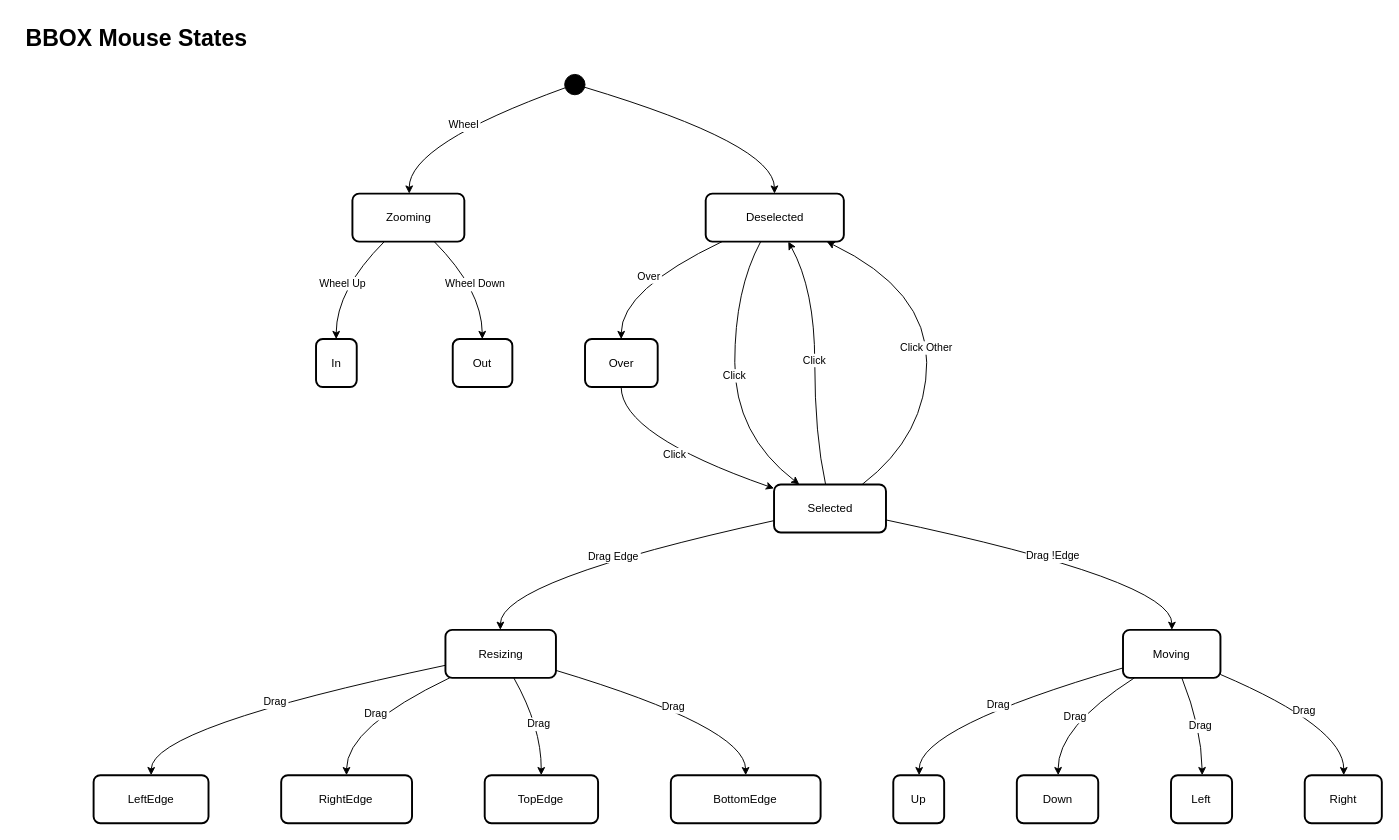
The draw.io diagram resources/notes/BBOX-state-diag-mouse.drawio in grymmjack/img2ans, before the edit. Source tidied: cells renumbered, new cells numbered last; positions are measured from the earlier drawing's top-left corner, leaving out a move shared by most shapes. Both pictures are drawn from the tidied source at 96%, with x=0, y=0 at pixel (16, 16).
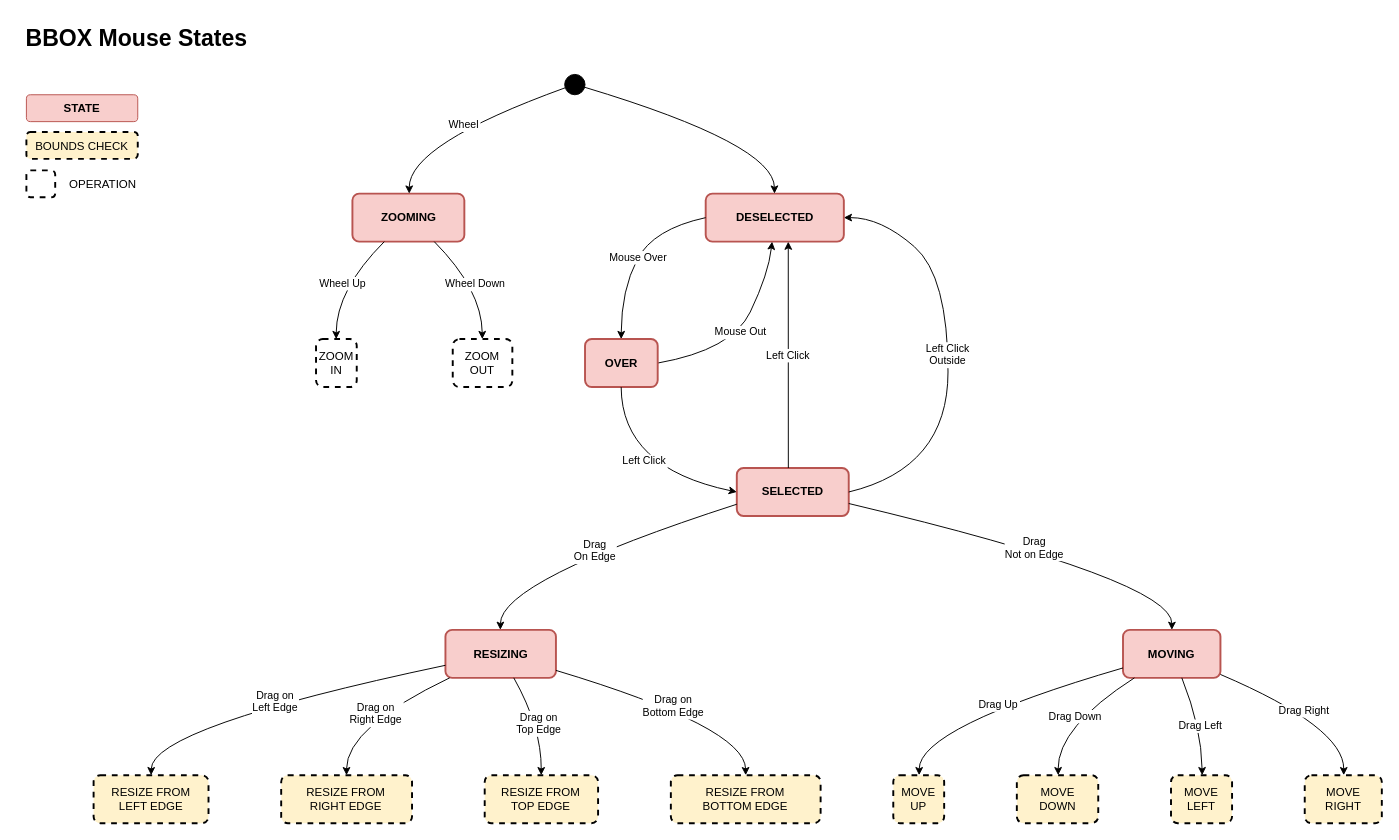
Above is the later version.

Commit message:
Updating BBOX mouse state diagram note

Unchanged cells that the change refers to:
```xml
<mxCell id="3" style="group;" parent="1" vertex="1">
  <mxGeometry x="80" y="60" width="1341.9" height="780" as="geometry" />
</mxCell>
```

Change to the diagram source:
```diff
@@
-    <mxCell id="5" value="Zooming" style="rounded=1;absoluteArcSize=1;arcSize=14;whiteSpace=wrap;strokeWidth=2;" parent="3" vertex="1">
+    <mxCell id="5" value="ZOOMING" style="rounded=1;absoluteArcSize=1;arcSize=14;whiteSpace=wrap;strokeWidth=2;fillColor=#f8cecc;strokeColor=#b85450;fontStyle=1;" parent="3" vertex="1">
       <mxGeometry x="269.6" y="124.2" width="116.6" height="50" as="geometry" />
     </mxCell>
-    <mxCell id="6" value="In" style="rounded=1;absoluteArcSize=1;arcSize=14;whiteSpace=wrap;strokeWidth=2;" parent="3" vertex="1">
+    <mxCell id="6" value="ZOOM&#10;IN" style="rounded=1;absoluteArcSize=1;arcSize=14;whiteSpace=wrap;strokeWidth=2;dashed=1;" parent="3" vertex="1">
       <mxGeometry x="231.7" y="275.7" width="42.4" height="50" as="geometry" />
     </mxCell>
-    <mxCell id="7" value="Out" style="rounded=1;absoluteArcSize=1;arcSize=14;whiteSpace=wrap;strokeWidth=2;" parent="3" vertex="1">
+    <mxCell id="7" value="ZOOM&#10;OUT" style="rounded=1;absoluteArcSize=1;arcSize=14;whiteSpace=wrap;strokeWidth=2;dashed=1;" parent="3" vertex="1">
       <mxGeometry x="374.1" y="275.7" width="62.1" height="50" as="geometry" />
     </mxCell>
-    <mxCell id="8" value="Deselected" style="rounded=1;absoluteArcSize=1;arcSize=14;whiteSpace=wrap;strokeWidth=2;" parent="3" vertex="1">
+    <mxCell id="8" value="DESELECTED" style="rounded=1;absoluteArcSize=1;arcSize=14;whiteSpace=wrap;strokeWidth=2;fillColor=#f8cecc;strokeColor=#b85450;fontStyle=1;" parent="3" vertex="1">
       <mxGeometry x="637.6" y="124.2" width="143.9" height="50" as="geometry" />
     </mxCell>
+    <mxCell id="40" value="Mouse Out" style="edgeStyle=none;startArrow=none;startFill=0;exitX=1;exitY=0.5;exitDx=0;exitDy=0;curved=1;" parent="3" edge="1" source="9" target="8">
+      <mxGeometry relative="1" as="geometry">
+        <Array as="points">
+          <mxPoint x="665" y="287" />
+          <mxPoint x="703" y="208" />
+        </Array>
+      </mxGeometry>
+    </mxCell>
-    <mxCell id="9" value="Over" style="rounded=1;absoluteArcSize=1;arcSize=14;whiteSpace=wrap;strokeWidth=2;" parent="3" vertex="1">
+    <mxCell id="9" value="OVER" style="rounded=1;absoluteArcSize=1;arcSize=14;whiteSpace=wrap;strokeWidth=2;fillColor=#f8cecc;strokeColor=#b85450;fontStyle=1;" parent="3" vertex="1">
       <mxGeometry x="511.9" y="275.7" width="75.7" height="50" as="geometry" />
     </mxCell>
-    <mxCell id="10" value="Selected" style="rounded=1;absoluteArcSize=1;arcSize=14;whiteSpace=wrap;strokeWidth=2;" parent="3" vertex="1">
-      <mxGeometry x="708.8" y="427.1" width="116.6" height="50" as="geometry" />
+    <mxCell id="10" value="SELECTED" style="rounded=1;absoluteArcSize=1;arcSize=14;whiteSpace=wrap;strokeWidth=2;fillColor=#f8cecc;strokeColor=#b85450;fontStyle=1;" parent="3" vertex="1">
+      <mxGeometry x="670" y="410" width="116.6" height="50" as="geometry" />
     </mxCell>
-    <mxCell id="11" value="Resizing" style="rounded=1;absoluteArcSize=1;arcSize=14;whiteSpace=wrap;strokeWidth=2;" parent="3" vertex="1">
+    <mxCell id="11" value="RESIZING" style="rounded=1;absoluteArcSize=1;arcSize=14;whiteSpace=wrap;strokeWidth=2;fillColor=#f8cecc;strokeColor=#b85450;fontStyle=1;" parent="3" vertex="1">
       <mxGeometry x="366.5" y="578.6" width="115.1" height="50" as="geometry" />
     </mxCell>
-    <mxCell id="12" value="Moving" style="rounded=1;absoluteArcSize=1;arcSize=14;whiteSpace=wrap;strokeWidth=2;" parent="3" vertex="1">
+    <mxCell id="12" value="MOVING" style="rounded=1;absoluteArcSize=1;arcSize=14;whiteSpace=wrap;strokeWidth=2;fillColor=#f8cecc;strokeColor=#b85450;fontStyle=1;" parent="3" vertex="1">
       <mxGeometry x="1072.3" y="578.6" width="101.5" height="50" as="geometry" />
     </mxCell>
-    <mxCell id="13" value="LeftEdge" style="rounded=1;absoluteArcSize=1;arcSize=14;whiteSpace=wrap;strokeWidth=2;" parent="3" vertex="1">
+    <mxCell id="13" value="RESIZE FROM&#10;LEFT EDGE" style="rounded=1;absoluteArcSize=1;arcSize=14;whiteSpace=wrap;strokeWidth=2;fillColor=#fff2cc;strokeColor=#000000;dashed=1;" parent="3" vertex="1">
       <mxGeometry y="730" width="119.7" height="50" as="geometry" />
     </mxCell>
-    <mxCell id="14" value="RightEdge" style="rounded=1;absoluteArcSize=1;arcSize=14;whiteSpace=wrap;strokeWidth=2;" parent="3" vertex="1">
+    <mxCell id="14" value="RESIZE FROM&#10;RIGHT EDGE" style="rounded=1;absoluteArcSize=1;arcSize=14;whiteSpace=wrap;strokeWidth=2;fillColor=#fff2cc;strokeColor=#000000;dashed=1;" parent="3" vertex="1">
       <mxGeometry x="195.4" y="730" width="136.3" height="50" as="geometry" />
     </mxCell>
-    <mxCell id="15" value="TopEdge" style="rounded=1;absoluteArcSize=1;arcSize=14;whiteSpace=wrap;strokeWidth=2;" parent="3" vertex="1">
+    <mxCell id="15" value="RESIZE FROM&#10;TOP EDGE" style="rounded=1;absoluteArcSize=1;arcSize=14;whiteSpace=wrap;strokeWidth=2;fillColor=#fff2cc;strokeColor=#000000;dashed=1;" parent="3" vertex="1">
       <mxGeometry x="407.4" y="730" width="118.1" height="50" as="geometry" />
     </mxCell>
-    <mxCell id="16" value="BottomEdge" style="rounded=1;absoluteArcSize=1;arcSize=14;whiteSpace=wrap;strokeWidth=2;" parent="3" vertex="1">
+    <mxCell id="16" value="RESIZE FROM&#10;BOTTOM EDGE" style="rounded=1;absoluteArcSize=1;arcSize=14;whiteSpace=wrap;strokeWidth=2;fillColor=#fff2cc;strokeColor=#000000;dashed=1;" parent="3" vertex="1">
       <mxGeometry x="601.3" y="730" width="156" height="50" as="geometry" />
     </mxCell>
-    <mxCell id="17" value="Up" style="rounded=1;absoluteArcSize=1;arcSize=14;whiteSpace=wrap;strokeWidth=2;" parent="3" vertex="1">
+    <mxCell id="17" value="MOVE&#10;UP" style="rounded=1;absoluteArcSize=1;arcSize=14;whiteSpace=wrap;strokeWidth=2;fillColor=#fff2cc;strokeColor=#000000;dashed=1;" parent="3" vertex="1">
       <mxGeometry x="833" y="730" width="53" height="50" as="geometry" />
     </mxCell>
-    <mxCell id="18" value="Down" style="rounded=1;absoluteArcSize=1;arcSize=14;whiteSpace=wrap;strokeWidth=2;" parent="3" vertex="1">
+    <mxCell id="18" value="MOVE&#10;DOWN" style="rounded=1;absoluteArcSize=1;arcSize=14;whiteSpace=wrap;strokeWidth=2;fillColor=#fff2cc;strokeColor=#000000;dashed=1;" parent="3" vertex="1">
       <mxGeometry x="961.7" y="730" width="84.8" height="50" as="geometry" />
     </mxCell>
-    <mxCell id="19" value="Left" style="rounded=1;absoluteArcSize=1;arcSize=14;whiteSpace=wrap;strokeWidth=2;" parent="3" vertex="1">
+    <mxCell id="19" value="MOVE&#10;LEFT" style="rounded=1;absoluteArcSize=1;arcSize=14;whiteSpace=wrap;strokeWidth=2;fillColor=#fff2cc;strokeColor=#000000;dashed=1;" parent="3" vertex="1">
       <mxGeometry x="1122.3" y="730" width="63.6" height="50" as="geometry" />
     </mxCell>
-    <mxCell id="20" value="Right" style="rounded=1;absoluteArcSize=1;arcSize=14;whiteSpace=wrap;strokeWidth=2;" parent="3" vertex="1">
+    <mxCell id="20" value="MOVE&#10;RIGHT" style="rounded=1;absoluteArcSize=1;arcSize=14;whiteSpace=wrap;strokeWidth=2;fillColor=#fff2cc;strokeColor=#000000;dashed=1;" parent="3" vertex="1">
       <mxGeometry x="1261.6" y="730" width="80.3" height="50" as="geometry" />
     </mxCell>
@@
-    <mxCell id="25" value="Over" style="curved=1;startArrow=none;exitX=0.13690799211935165;exitY=0.9757575410785098;entryX=0.49747657775878906;entryY=-0.006060629179983428;rounded=0;" parent="3" edge="1" source="8" target="9">
+    <mxCell id="25" value="Mouse Over" style="curved=1;startArrow=none;exitX=0;exitY=0.5;entryX=0.49747657775878906;entryY=-0.006060629179983428;rounded=0;startFill=0;exitDx=0;exitDy=0;" parent="3" edge="1" source="8" target="9">
       <mxGeometry relative="1" as="geometry">
         <Array as="points">
+          <mxPoint x="583" y="161" />
           <mxPoint x="549.8" y="224.2" />
         </Array>
       </mxGeometry>
     </mxCell>
-    <mxCell id="26" value="Click" style="curved=1;startArrow=none;exitX=0.49747657775878906;exitY=0.9818181124600497;entryX=0.005032465055391386;entryY=0.08701407056287797;rounded=0;" parent="3" edge="1" source="9" target="10">
-      <mxGeometry relative="1" as="geometry">
+    <mxCell id="26" value="Left Click" style="curved=1;startArrow=none;exitX=0.49747657775878906;exitY=0.9818181124600497;entryX=0;entryY=0.5;rounded=0;entryDx=0;entryDy=0;" parent="3" edge="1" source="9" target="10">
+      <mxGeometry x="0.02" y="13" relative="1" as="geometry">
         <Array as="points">
-          <mxPoint x="549.8" y="375.6" />
+          <mxPoint x="550" y="410" />
         </Array>
       </mxGeometry>
     </mxCell>
-    <mxCell id="27" value="Click" style="curved=1;startArrow=none;exitX=0.40302284441337227;exitY=0.9757575410785098;entryX=0.22605753502082515;entryY=-5.779844341856061e-8;rounded=0;" parent="3" edge="1" source="8" target="10">
-      <mxGeometry relative="1" as="geometry">
-        <Array as="points">
-          <mxPoint x="667.9" y="224.2" />
-          <mxPoint x="667.9" y="375.6" />
-        </Array>
-      </mxGeometry>
-    </mxCell>
-    <mxCell id="28" value="Click" style="curved=1;startArrow=none;exitX=0.46041069216728714;exitY=-5.779844341856061e-8;entryX=0.5929722454689262;entryY=0.9757575410785098;rounded=0;" parent="3" edge="1" source="10" target="8">
-      <mxGeometry relative="1" as="geometry">
-        <Array as="points">
-          <mxPoint x="751.2" y="375.6" />
-          <mxPoint x="751.2" y="224.2" />
-        </Array>
-      </mxGeometry>
+    <mxCell id="28" value="Left Click" style="startArrow=none;exitX=0.46041069216728714;exitY=-5.779844341856061e-8;entryX=0.5929722454689262;entryY=0.9757575410785098;rounded=0;" parent="3" edge="1" source="10" target="8">
+      <mxGeometry relative="1" as="geometry" />
     </mxCell>
-    <mxCell id="29" value="Click Other" style="curved=1;startArrow=none;exitX=0.7875788434779953;exitY=-5.779844341856061e-8;entryX=0.8581506417944477;entryY=0.9757575410785098;rounded=0;" parent="3" edge="1" source="10" target="8">
-      <mxGeometry relative="1" as="geometry">
+    <mxCell id="29" value=" Left Click &#10;Outside" style="curved=1;startArrow=none;exitX=1;exitY=0.5;entryX=1;entryY=0.5;rounded=0;entryDx=0;entryDy=0;labelBorderColor=none;spacing=2;shadow=0;spacingTop=0;spacingBottom=0;exitDx=0;exitDy=0;" parent="3" edge="1" source="10" target="8">
+      <mxGeometry x="0.03" relative="1" as="geometry">
         <Array as="points">
-          <mxPoint x="867.8" y="375.6" />
-          <mxPoint x="867.8" y="224.2" />
+          <mxPoint x="890" y="410" />
+          <mxPoint x="890" y="210" />
+          <mxPoint x="820" y="149" />
         </Array>
       </mxGeometry>
     </mxCell>
-    <mxCell id="30" value="Drag Edge" style="curved=1;startArrow=none;exitX=0.005032465055391386;exitY=0.7520374515698801;entryX=0.49673622532894735;entryY=0.006060513583096591;rounded=0;" parent="3" edge="1" source="10" target="11">
+    <mxCell id="30" value="Drag &#10;On Edge" style="curved=1;startArrow=none;exitX=0.005032465055391386;exitY=0.7520374515698801;entryX=0.49673622532894735;entryY=0.006060513583096591;rounded=0;" parent="3" edge="1" source="10" target="11">
       <mxGeometry relative="1" as="geometry">
         <Array as="points">
           <mxPoint x="424.1" y="527.1" />
         </Array>
       </mxGeometry>
     </mxCell>
-    <mxCell id="31" value="Drag !Edge" style="curved=1;startArrow=none;exitX=1.008603913443429;exitY=0.7440274155145826;entryX=0.5011543871751473;entryY=0.006060513583096591;rounded=0;" parent="3" edge="1" source="10" target="12">
+    <mxCell id="31" value="Drag&#10;Not on Edge" style="curved=1;startArrow=none;exitX=1.008603913443429;exitY=0.7440274155145826;entryX=0.5011543871751473;entryY=0.006060513583096591;rounded=0;" parent="3" edge="1" source="10" target="12">
       <mxGeometry relative="1" as="geometry">
         <Array as="points">
           <mxPoint x="1123.8" y="527.1" />
         </Array>
       </mxGeometry>
     </mxCell>
-    <mxCell id="32" value="Drag" style="curved=1;startArrow=none;exitX=-0.005648663169459293;exitY=0.7413033209758065;entryX=0.5003955696202531;entryY=0.0121210849646366;rounded=0;" parent="3" edge="1" source="11" target="13">
+    <mxCell id="32" value="Drag on&#10;Left Edge" style="curved=1;startArrow=none;exitX=-0.005648663169459293;exitY=0.7413033209758065;entryX=0.5003955696202531;entryY=0.0121210849646366;rounded=0;" parent="3" edge="1" source="11" target="13">
       <mxGeometry relative="1" as="geometry">
         <Array as="points">
           <mxPoint x="60.6" y="680" />
         </Array>
       </mxGeometry>
     </mxCell>
-    <mxCell id="33" value="Drag" style="curved=1;startArrow=none;exitX=0.043700379301194026;exitY=0.9939392552231298;entryX=0.49916665818956163;entryY=0.0121210849646366;rounded=0;" parent="3" edge="1" source="11" target="14">
+    <mxCell id="33" value="Drag on&#10;Right Edge" style="curved=1;startArrow=none;exitX=0.043700379301194026;exitY=0.9939392552231298;entryX=0.49916665818956163;entryY=0.0121210849646366;rounded=0;" parent="3" edge="1" source="11" target="14">
       <mxGeometry relative="1" as="geometry">
         <Array as="points">
           <mxPoint x="263.5" y="680" />
         </Array>
       </mxGeometry>
     </mxCell>
-    <mxCell id="34" value="Drag" style="curved=1;startArrow=none;exitX=0.6171285059891753;exitY=0.9939392552231298;entryX=0.4983974358974359;entryY=0.0121210849646366;rounded=0;" parent="3" edge="1" source="11" target="15">
+    <mxCell id="34" value="Drag on&#10;Top Edge" style="curved=1;startArrow=none;exitX=0.6171285059891753;exitY=0.9939392552231298;entryX=0.4983974358974359;entryY=0.0121210849646366;rounded=0;" parent="3" edge="1" source="11" target="15">
       <mxGeometry relative="1" as="geometry">
         <Array as="points">
           <mxPoint x="466.5" y="680" />
         </Array>
       </mxGeometry>
     </mxCell>
-    <mxCell id="35" value="Drag" style="curved=1;startArrow=none;exitX=0.999121113827354;exitY=0.8435192835638439;entryX=0.49993933520270784;entryY=0.0121210849646366;rounded=0;" parent="3" edge="1" source="11" target="16">
+    <mxCell id="35" value="Drag on&#10;Bottom Edge" style="curved=1;startArrow=none;exitX=0.999121113827354;exitY=0.8435192835638439;entryX=0.49993933520270784;entryY=0.0121210849646366;rounded=0;" parent="3" edge="1" source="11" target="16">
       <mxGeometry relative="1" as="geometry">
         <Array as="points">
           <mxPoint x="678.5" y="680" />
         </Array>
       </mxGeometry>
     </mxCell>
-    <mxCell id="36" value="Drag" style="curved=1;startArrow=none;exitX=0.00423273399694642;exitY=0.7907929406985711;entryX=0.5073214939662388;entryY=0.0121210849646366;rounded=0;" parent="3" edge="1" source="12" target="17">
+    <mxCell id="36" value="Drag Up" style="curved=1;startArrow=none;exitX=0.00423273399694642;exitY=0.7907929406985711;entryX=0.5073214939662388;entryY=0.0121210849646366;rounded=0;" parent="3" edge="1" source="12" target="17">
       <mxGeometry relative="1" as="geometry">
         <Array as="points">
           <mxPoint x="860.3" y="680" />
         </Array>
       </mxGeometry>
     </mxCell>
-    <mxCell id="37" value="Drag" style="curved=1;startArrow=none;exitX=0.12174082657667672;exitY=0.9939392552231298;entryX=0.5079241480146136;entryY=0.0121210849646366;rounded=0;" parent="3" edge="1" source="12" target="18">
+    <mxCell id="37" value="Drag Down" style="curved=1;startArrow=none;exitX=0.12174082657667672;exitY=0.9939392552231298;entryX=0.5079241480146136;entryY=0.0121210849646366;rounded=0;" parent="3" edge="1" source="12" target="18">
       <mxGeometry relative="1" as="geometry">
         <Array as="points">
           <mxPoint x="1004.2" y="680" />
         </Array>
       </mxGeometry>
     </mxCell>
-    <mxCell id="38" value="Drag" style="curved=1;startArrow=none;exitX=0.6023707986872802;exitY=0.9939392552231298;entryX=0.5100260689145043;entryY=0.0121210849646366;rounded=0;" parent="3" edge="1" source="12" target="19">
+    <mxCell id="38" value="Drag Left" style="curved=1;startArrow=none;exitX=0.6023707986872802;exitY=0.9939392552231298;entryX=0.5100260689145043;entryY=0.0121210849646366;rounded=0;" parent="3" edge="1" source="12" target="19">
       <mxGeometry relative="1" as="geometry">
         <Array as="points">
           <mxPoint x="1154.1" y="680" />
         </Array>
       </mxGeometry>
     </mxCell>
-    <mxCell id="39" value="Drag" style="curved=1;startArrow=none;exitX=0.998076040353348;exitY=0.9275657353729712;entryX=0.5055719411598062;entryY=0.0121210849646366;rounded=0;" parent="3" edge="1" source="12" target="20">
+    <mxCell id="39" value="Drag Right" style="curved=1;startArrow=none;exitX=0.998076040353348;exitY=0.9275657353729712;entryX=0.5055719411598062;entryY=0.0121210849646366;rounded=0;" parent="3" edge="1" source="12" target="20">
       <mxGeometry relative="1" as="geometry">
         <Array as="points">
           <mxPoint x="1302.5" y="680" />
         </Array>
       </mxGeometry>
     </mxCell>
+    <mxCell id="41" value="STATE" style="rounded=1;fillColor=#f8cecc;strokeColor=#b85450;fontStyle=1;" parent="3" vertex="1">
+      <mxGeometry x="-70" y="21.2" width="116" height="28" as="geometry" />
+    </mxCell>
+    <mxCell id="42" value="BOUNDS CHECK" style="rounded=1;fillColor=#fff2cc;strokeColor=#000000;dashed=1;strokeWidth=2;" parent="1" vertex="1">
+      <mxGeometry x="10" y="120" width="116" height="28" as="geometry" />
+    </mxCell>
+    <mxCell id="43" style="rounded=1;dashed=1;strokeWidth=2;" parent="1" vertex="1">
+      <mxGeometry x="10" y="160" width="30" height="28" as="geometry" />
+    </mxCell>
+    <mxCell id="44" value="OPERATION" style="rounded=1;dashed=1;strokeWidth=2;strokeColor=none;align=left;fillColor=none;" parent="1" vertex="1">
+      <mxGeometry x="53" y="160" width="97" height="28" as="geometry" />
+    </mxCell>
```
